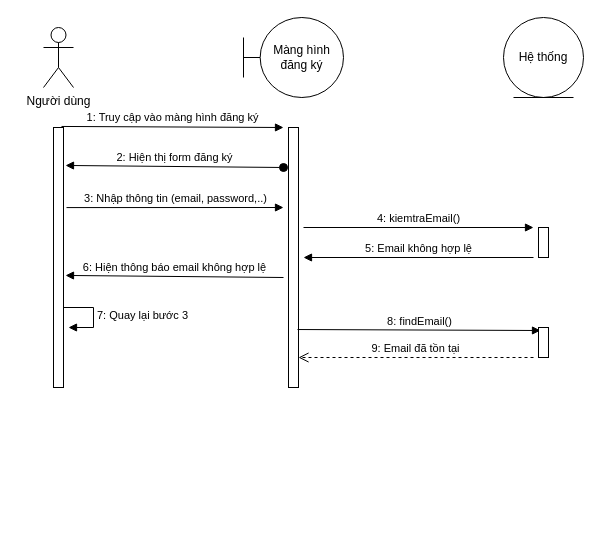
Above: sequencen_diagram_customer.drawio in phucvinh01/usecase (draw.io), before the change. Source tidied: cells renumbered, new cells numbered last; positions are measured from the earlier drawing's top-left corner, leaving out a move shared by most shapes. Both pictures are drawn from the tidied source at 100%, with x=0, y=0 at pixel (43, 17).
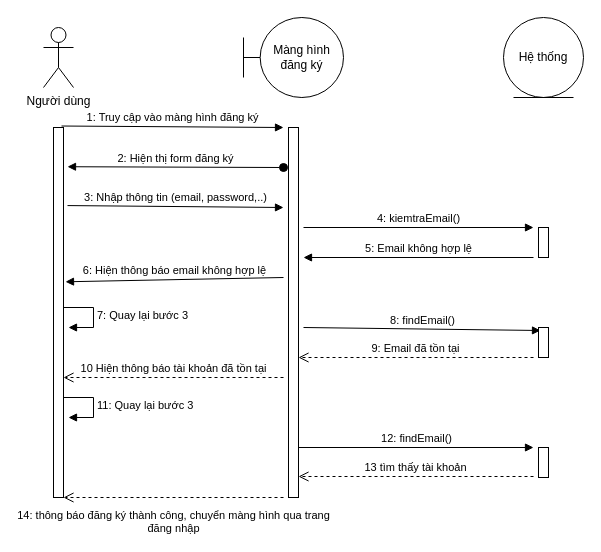
After the change.

Commit message:
Update sequence diagram for customer registration:

- Increase diagram size
- Add steps for email validation and account existence check
- Update position of some elements and edges for better layout

No functional changes.

Unchanged cells that the change refers to:
```xml
<mxCell id="16" style="html=1;points=[];perimeter=orthogonalPerimeter;" parent="1" vertex="1">
  <mxGeometry x="495" y="310" width="10" height="30" as="geometry" />
</mxCell>
```

The edit, as a diff of the source:
```diff
@@
     <mxCell id="3" style="html=1;points=[];perimeter=orthogonalPerimeter;" parent="1" vertex="1">
-      <mxGeometry x="10" y="110" width="10" height="260" as="geometry" />
+      <mxGeometry x="10" y="110" width="10" height="370" as="geometry" />
     </mxCell>
@@
     <mxCell id="7" style="html=1;points=[];perimeter=orthogonalPerimeter;" parent="1" vertex="1">
-      <mxGeometry x="245" y="110" width="10" height="260" as="geometry" />
+      <mxGeometry x="245" y="110" width="10" height="370" as="geometry" />
     </mxCell>
-    <mxCell id="8" value="2: Hiện thị form đăng ký" style="html=1;verticalAlign=bottom;startArrow=oval;startFill=1;endArrow=block;startSize=8;entryX=1.2;entryY=0.146;entryDx=0;entryDy=0;entryPerimeter=0;" parent="1" edge="1" target="3">
+    <mxCell id="8" value="2: Hiện thị form đăng ký" style="html=1;verticalAlign=bottom;startArrow=oval;startFill=1;endArrow=block;startSize=8;entryX=1.4;entryY=0.106;entryDx=0;entryDy=0;entryPerimeter=0;" parent="1" edge="1" target="3">
       <mxGeometry relative="1" as="geometry">
         <mxPoint x="240" y="150" as="sourcePoint" />
       </mxGeometry>
     </mxCell>
-    <mxCell id="9" value="3: Nhập thông tin (email, password,..)" style="html=1;verticalAlign=bottom;endArrow=block;exitX=1.3;exitY=0.308;exitDx=0;exitDy=0;exitPerimeter=0;" parent="1" edge="1" source="3">
+    <mxCell id="9" value="3: Nhập thông tin (email, password,..)" style="html=1;verticalAlign=bottom;endArrow=block;exitX=1.4;exitY=0.211;exitDx=0;exitDy=0;exitPerimeter=0;" parent="1" edge="1" source="3">
       <mxGeometry relative="1" as="geometry">
         <mxPoint x="240" y="190" as="targetPoint" />
       </mxGeometry>
     </mxCell>
@@
-    <mxCell id="13" value="6: Hiện thông báo email không hợp lệ" style="html=1;verticalAlign=bottom;endArrow=block;entryX=1.2;entryY=0.569;entryDx=0;entryDy=0;entryPerimeter=0;" parent="1" edge="1" target="3">
+    <mxCell id="13" value="6: Hiện thông báo email không hợp lệ" style="html=1;verticalAlign=bottom;endArrow=block;entryX=1.2;entryY=0.417;entryDx=0;entryDy=0;entryPerimeter=0;" parent="1" edge="1" target="3">
       <mxGeometry relative="1" as="geometry">
         <mxPoint x="240" y="260" as="sourcePoint" />
       </mxGeometry>
     </mxCell>
@@
-    <mxCell id="15" value="8: findEmail()" style="html=1;verticalAlign=bottom;endArrow=block;exitX=0.9;exitY=0.777;exitDx=0;exitDy=0;exitPerimeter=0;entryX=0.2;entryY=0.1;entryDx=0;entryDy=0;entryPerimeter=0;" parent="1" edge="1" source="7" target="16">
-      <mxGeometry relative="1" as="geometry" />
+    <mxCell id="15" value="8: findEmail()" style="html=1;verticalAlign=bottom;endArrow=block;entryX=0.2;entryY=0.1;entryDx=0;entryDy=0;entryPerimeter=0;" parent="1" edge="1" target="16">
+      <mxGeometry relative="1" as="geometry">
+        <mxPoint x="260" y="310" as="sourcePoint" />
+      </mxGeometry>
     </mxCell>
@@
+    <mxCell id="18" value="10 Hiện thông báo tài khoản đã tồn tại" style="html=1;verticalAlign=bottom;endArrow=open;dashed=1;endSize=8;" parent="1" edge="1">
+      <mxGeometry relative="1" as="geometry">
+        <mxPoint x="240" y="360" as="sourcePoint" />
+        <mxPoint x="20" y="360" as="targetPoint" />
+      </mxGeometry>
+    </mxCell>
+    <mxCell id="19" value="11: Quay lại bước 3" style="edgeStyle=orthogonalEdgeStyle;html=1;align=left;spacingLeft=2;endArrow=block;rounded=0;entryX=1;entryY=0;" parent="1" edge="1">
+      <mxGeometry relative="1" as="geometry">
+        <mxPoint x="20" y="380" as="sourcePoint" />
+        <mxPoint x="25" y="400" as="targetPoint" />
+        <Array as="points">
+          <mxPoint x="50" y="380" />
+        </Array>
+      </mxGeometry>
+    </mxCell>
+    <mxCell id="20" style="html=1;perimeter=orthogonalPerimeter;" parent="1" vertex="1">
+      <mxGeometry x="495" y="430" width="10" height="30" as="geometry" />
+    </mxCell>
+    <mxCell id="21" value="12: findEmail()" style="html=1;verticalAlign=bottom;endArrow=block;exitX=0.9;exitY=0.663;exitDx=0;exitDy=0;exitPerimeter=0;" parent="1" edge="1">
+      <mxGeometry relative="1" as="geometry">
+        <mxPoint x="255" y="430" as="sourcePoint" />
+        <mxPoint x="490" y="430" as="targetPoint" />
+      </mxGeometry>
+    </mxCell>
+    <mxCell id="22" value="13 tìm thấy tài khoản" style="html=1;verticalAlign=bottom;endArrow=open;dashed=1;endSize=8;" parent="1" edge="1">
+      <mxGeometry relative="1" as="geometry">
+        <mxPoint x="490" y="459" as="sourcePoint" />
+        <mxPoint x="255" y="459" as="targetPoint" />
+      </mxGeometry>
+    </mxCell>
+    <mxCell id="23" value="14: thông báo đăng ký thành công, chuyển màng hình qua trang&lt;br&gt;đăng nhập" style="html=1;verticalAlign=bottom;endArrow=open;dashed=1;endSize=8;" parent="1" edge="1">
+      <mxGeometry y="40" relative="1" as="geometry">
+        <mxPoint x="240" y="480" as="sourcePoint" />
+        <mxPoint x="20" y="480" as="targetPoint" />
+      </mxGeometry>
+    </mxCell>
```
